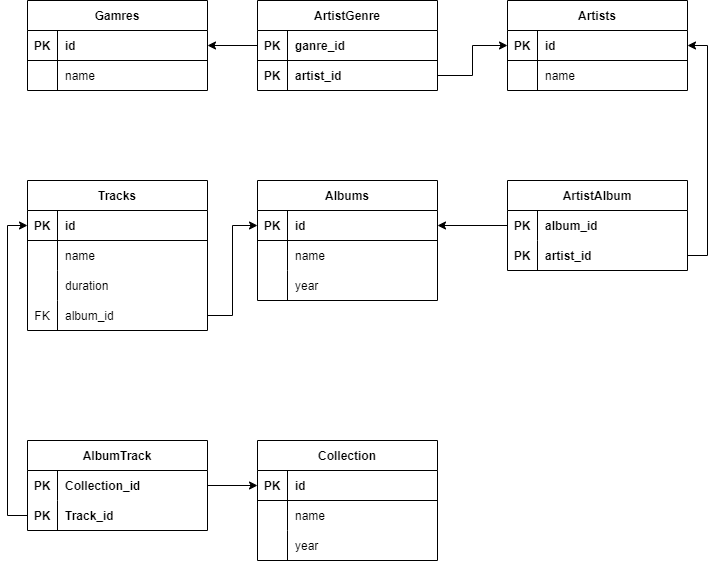
Earlier version of the draw.io export Диаграмма без названия.drawio.png (VadimRoziznan/Work_with_SQL_creat_database). Source tidied: cells renumbered, new cells last; positions are measured from the earlier drawing's top-left corner, leaving out a move shared by most shapes.
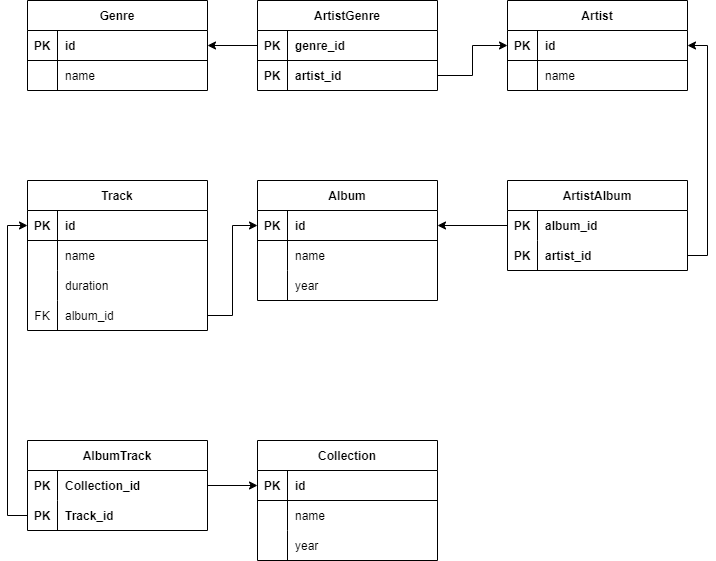
The same diagram one commit later.

Diff of the diagram source:
```diff
@@ -2,7 +2,7 @@
   <root>
     <mxCell id="0" />
     <mxCell id="1" parent="0" />
-    <mxCell id="2" value="Gamres" style="shape=table;startSize=30;rowLines=0;fontStyle=1;align=center;" parent="1" vertex="1">
+    <mxCell id="2" value="Genre" style="shape=table;startSize=30;rowLines=0;fontStyle=1;align=center;" parent="1" vertex="1">
       <mxGeometry width="180" height="90" as="geometry" />
     </mxCell>
     <mxCell id="3" style="shape=tableRow;horizontal=0;startSize=0;swimlaneHead=0;swimlaneBody=0;fillColor=none;points=[[0,0.5],[1,0.5]];portConstraint=eastwest;top=0;left=0;right=0;bottom=1;" parent="2" vertex="1">
@@ -32,7 +32,7 @@
     <mxCell id="11" value="PK" style="shape=partialRectangle;fillColor=none;top=0;left=0;bottom=0;right=0;fontStyle=1;overflow=hidden;" parent="10" vertex="1">
       <mxGeometry width="30" height="30" as="geometry" />
     </mxCell>
-    <mxCell id="12" value="ganre_id" style="shape=partialRectangle;fillColor=none;top=0;left=0;bottom=0;right=0;align=left;spacingLeft=6;fontStyle=1;overflow=hidden;" parent="10" vertex="1">
+    <mxCell id="12" value="genre_id" style="shape=partialRectangle;fillColor=none;top=0;left=0;bottom=0;right=0;align=left;spacingLeft=6;fontStyle=1;overflow=hidden;" parent="10" vertex="1">
       <mxGeometry x="30" width="150" height="30" as="geometry" />
     </mxCell>
     <mxCell id="13" style="shape=tableRow;horizontal=0;startSize=0;swimlaneHead=0;swimlaneBody=0;fillColor=none;points=[[0,0.5],[1,0.5]];portConstraint=eastwest;top=0;left=0;right=0;bottom=0;" parent="9" vertex="1">
@@ -44,7 +44,7 @@
     <mxCell id="15" value="artist_id" style="shape=partialRectangle;fillColor=none;top=0;left=0;bottom=0;right=0;align=left;spacingLeft=6;overflow=hidden;fontStyle=1;" parent="13" vertex="1">
       <mxGeometry x="30" width="150" height="30" as="geometry" />
     </mxCell>
-    <mxCell id="16" value="Artists" style="shape=table;startSize=30;rowLines=0;fontStyle=1;align=center;" parent="1" vertex="1">
+    <mxCell id="16" value="Artist" style="shape=table;startSize=30;rowLines=0;fontStyle=1;align=center;" parent="1" vertex="1">
       <mxGeometry x="480" width="180" height="90" as="geometry" />
     </mxCell>
     <mxCell id="17" style="shape=tableRow;horizontal=0;startSize=0;swimlaneHead=0;swimlaneBody=0;fillColor=none;points=[[0,0.5],[1,0.5]];portConstraint=eastwest;top=0;left=0;right=0;bottom=1;" parent="16" vertex="1">
@@ -65,7 +65,7 @@
     <mxCell id="22" value="name" style="shape=partialRectangle;fillColor=none;top=0;left=0;bottom=0;right=0;align=left;spacingLeft=6;overflow=hidden;" parent="20" vertex="1">
       <mxGeometry x="30" width="150" height="30" as="geometry" />
     </mxCell>
-    <mxCell id="23" value="Albums" style="shape=table;startSize=30;rowLines=0;fontStyle=1;align=center;" parent="1" vertex="1">
+    <mxCell id="23" value="Album" style="shape=table;startSize=30;rowLines=0;fontStyle=1;align=center;" parent="1" vertex="1">
       <mxGeometry x="230" y="180" width="180" height="120" as="geometry" />
     </mxCell>
     <mxCell id="24" style="shape=tableRow;horizontal=0;startSize=0;swimlaneHead=0;swimlaneBody=0;fillColor=none;points=[[0,0.5],[1,0.5]];portConstraint=eastwest;top=0;left=0;right=0;bottom=1;" parent="23" vertex="1">
@@ -116,7 +116,7 @@
     <mxCell id="39" value="artist_id" style="shape=partialRectangle;fillColor=none;top=0;left=0;bottom=0;right=0;align=left;spacingLeft=6;overflow=hidden;fontStyle=1;" parent="37" vertex="1">
       <mxGeometry x="30" width="150" height="30" as="geometry" />
     </mxCell>
-    <mxCell id="40" value="Tracks" style="shape=table;startSize=30;rowLines=0;fontStyle=1;align=center;" parent="1" vertex="1">
+    <mxCell id="40" value="Track" style="shape=table;startSize=30;rowLines=0;fontStyle=1;align=center;" parent="1" vertex="1">
       <mxGeometry y="180" width="180" height="150" as="geometry" />
     </mxCell>
     <mxCell id="41" style="shape=tableRow;horizontal=0;startSize=0;swimlaneHead=0;swimlaneBody=0;fillColor=none;points=[[0,0.5],[1,0.5]];portConstraint=eastwest;top=0;left=0;right=0;bottom=1;" parent="40" vertex="1">
```
